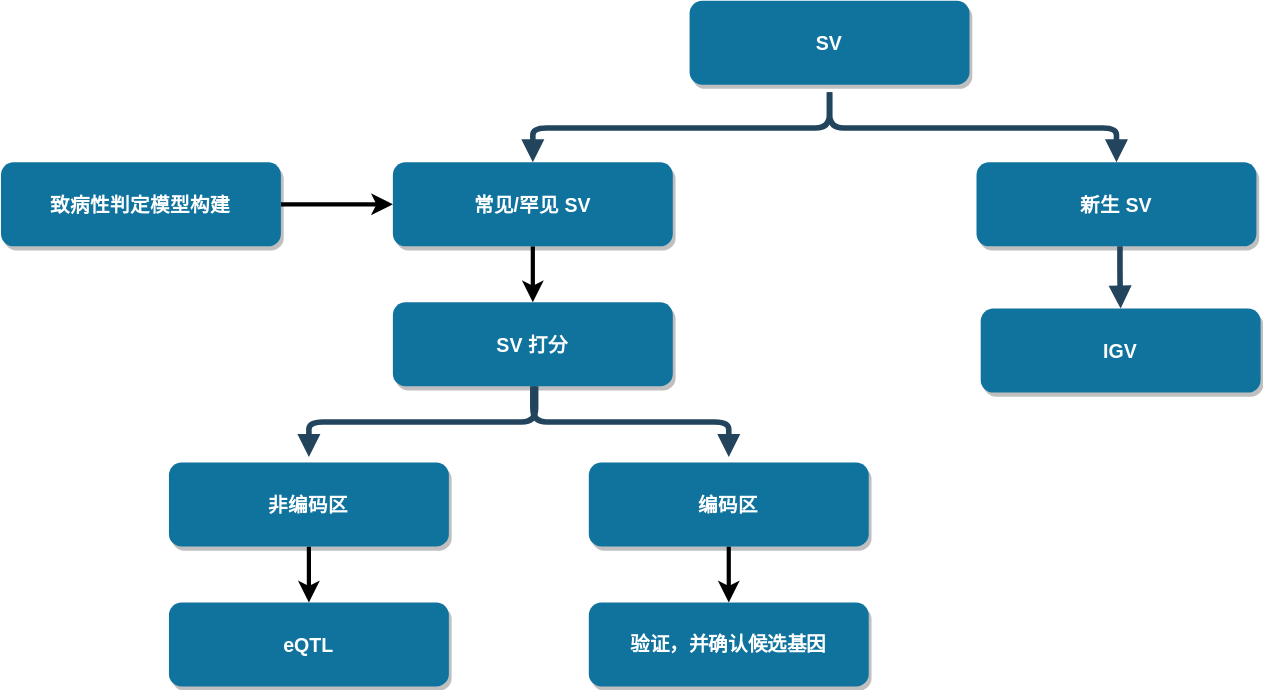
Before: asd-sv-pipeline.drawio.svg, a diagram exported from draw.io (ShirleyLiu-BCH/workflow). Source tidied: cells renumbered, new cells last; positions are measured from the earlier drawing's top-left corner, leaving out a move shared by most shapes.
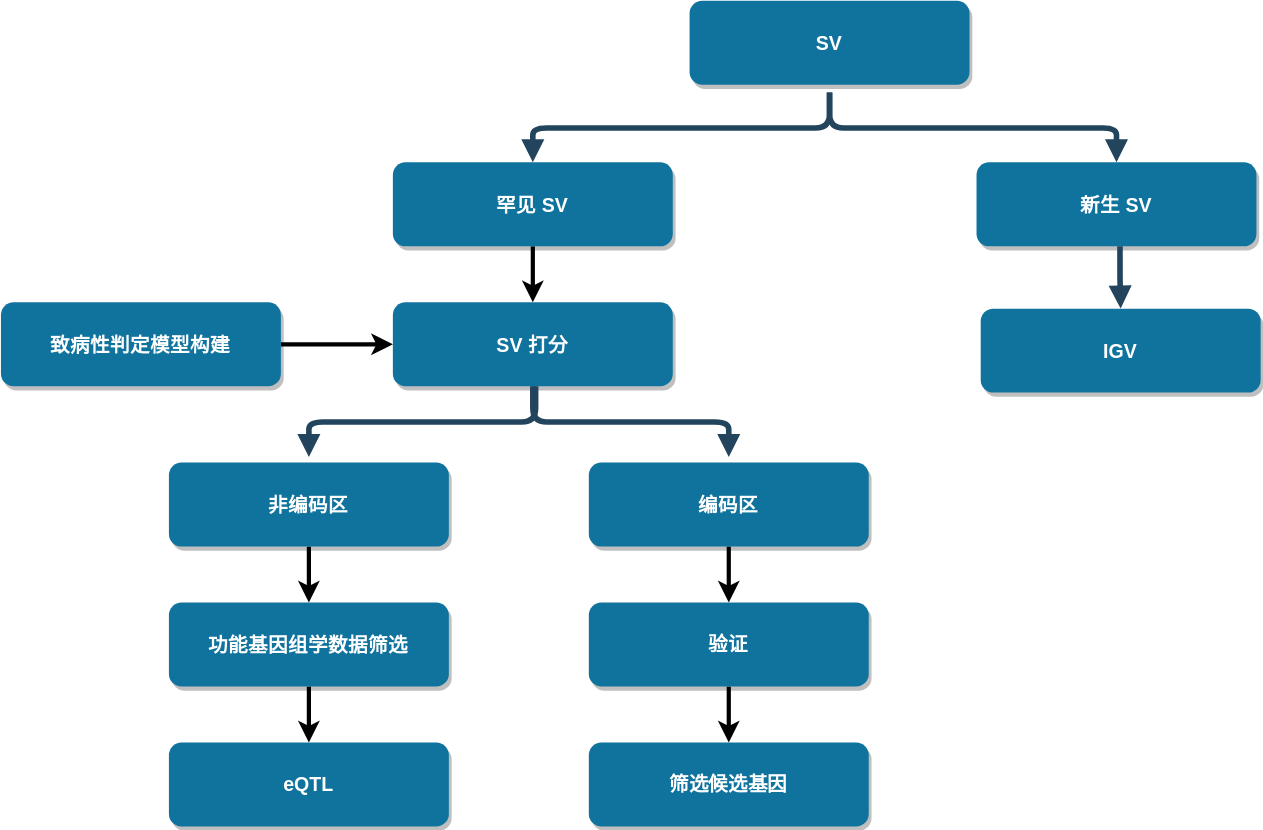
The same diagram one commit later.

Change to the diagram source:
```diff
@@ -8,7 +8,7 @@
     <mxCell id="3" style="edgeStyle=orthogonalEdgeStyle;rounded=0;jettySize=auto;html=1;strokeWidth=3;" parent="1" edge="1" source="4" target="6">
       <mxGeometry relative="1" as="geometry" />
     </mxCell>
-    <mxCell id="4" value="常见/罕见 SV" style="rounded=1;fillColor=#10739E;strokeColor=none;shadow=1;gradientColor=none;fontStyle=1;fontColor=#FFFFFF;fontSize=14;" parent="1" vertex="1">
+    <mxCell id="4" value="罕见 SV" style="rounded=1;fillColor=#10739E;strokeColor=none;shadow=1;gradientColor=none;fontStyle=1;fontColor=#FFFFFF;fontSize=14;" parent="1" vertex="1">
       <mxGeometry x="280" y="115.5" width="200" height="60" as="geometry" />
     </mxCell>
     <mxCell id="5" value="新生 SV" style="rounded=1;fillColor=#10739E;strokeColor=none;shadow=1;gradientColor=none;fontStyle=1;fontColor=#FFFFFF;fontSize=14;" parent="1" vertex="1">
@@ -36,11 +36,13 @@
         <mxPoint x="800" y="220" as="targetPoint" />
       </mxGeometry>
     </mxCell>
-    <mxCell id="11" style="edgeStyle=orthogonalEdgeStyle;rounded=0;jettySize=auto;html=1;strokeWidth=3;" parent="1" edge="1" source="12" target="4">
-      <mxGeometry relative="1" as="geometry" />
+    <mxCell id="11" style="edgeStyle=orthogonalEdgeStyle;rounded=0;jettySize=auto;html=1;strokeWidth=3;" parent="1" edge="1" source="12">
+      <mxGeometry relative="1" as="geometry">
+        <mxPoint x="280" y="245.5" as="targetPoint" />
+      </mxGeometry>
     </mxCell>
     <mxCell id="12" value="致病性判定模型构建" style="rounded=1;fillColor=#10739E;strokeColor=none;shadow=1;gradientColor=none;fontStyle=1;fontColor=#FFFFFF;fontSize=14;" parent="1" vertex="1">
-      <mxGeometry y="115.5" width="200" height="60" as="geometry" />
+      <mxGeometry y="215.5" width="200" height="60" as="geometry" />
     </mxCell>
     <mxCell id="13" style="edgeStyle=elbowEdgeStyle;elbow=vertical;strokeWidth=4;endArrow=block;endFill=1;fontStyle=1;strokeColor=#23445D;" parent="1" edge="1">
       <mxGeometry x="22" y="165.5" as="geometry">
@@ -66,11 +68,23 @@
     <mxCell id="18" value="编码区" style="rounded=1;fillColor=#10739E;strokeColor=none;shadow=1;gradientColor=none;fontStyle=1;fontColor=#FFFFFF;fontSize=14;strokeWidth=7;" parent="1" vertex="1">
       <mxGeometry x="420" y="330" width="200" height="60" as="geometry" />
     </mxCell>
+    <mxCell id="21" style="edgeStyle=orthogonalEdgeStyle;rounded=0;jettySize=auto;html=1;strokeWidth=3;" parent="1" edge="1" source="19" target="23">
+      <mxGeometry relative="1" as="geometry" />
+    </mxCell>
-    <mxCell id="19" value="eQTL" style="rounded=1;fillColor=#10739E;strokeColor=none;shadow=1;gradientColor=none;fontStyle=1;fontColor=#FFFFFF;fontSize=14;" parent="1" vertex="1">
+    <mxCell id="19" value="功能基因组学数据筛选" style="rounded=1;fillColor=#10739E;strokeColor=none;shadow=1;gradientColor=none;fontStyle=1;fontColor=#FFFFFF;fontSize=14;" parent="1" vertex="1">
       <mxGeometry x="120" y="430" width="200" height="60" as="geometry" />
     </mxCell>
+    <mxCell id="22" style="edgeStyle=orthogonalEdgeStyle;rounded=0;jettySize=auto;html=1;strokeWidth=3;" parent="1" edge="1" source="20" target="24">
+      <mxGeometry relative="1" as="geometry" />
+    </mxCell>
-    <mxCell id="20" value="验证，并确认候选基因" style="whiteSpace=wrap;html=1;fontSize=14;fillColor=#10739E;strokeColor=none;fontColor=#FFFFFF;rounded=1;shadow=1;gradientColor=none;fontStyle=1;strokeWidth=7;" parent="1" vertex="1">
+    <mxCell id="20" value="验证" style="whiteSpace=wrap;html=1;fontSize=14;fillColor=#10739E;strokeColor=none;fontColor=#FFFFFF;rounded=1;shadow=1;gradientColor=none;fontStyle=1;strokeWidth=7;" parent="1" vertex="1">
       <mxGeometry x="420" y="430" width="200" height="60" as="geometry" />
     </mxCell>
+    <mxCell id="23" value="eQTL" style="whiteSpace=wrap;html=1;fontSize=14;fillColor=#10739E;strokeColor=none;fontColor=#FFFFFF;rounded=1;shadow=1;gradientColor=none;fontStyle=1;" parent="1" vertex="1">
+      <mxGeometry x="120" y="530" width="200" height="60" as="geometry" />
+    </mxCell>
+    <mxCell id="24" value="筛选候选基因" style="whiteSpace=wrap;html=1;fontSize=14;fillColor=#10739E;strokeColor=none;fontColor=#FFFFFF;rounded=1;shadow=1;gradientColor=none;fontStyle=1;strokeWidth=7;" parent="1" vertex="1">
+      <mxGeometry x="420" y="530" width="200" height="60" as="geometry" />
+    </mxCell>
   </root>
 </mxGraphModel>
```
